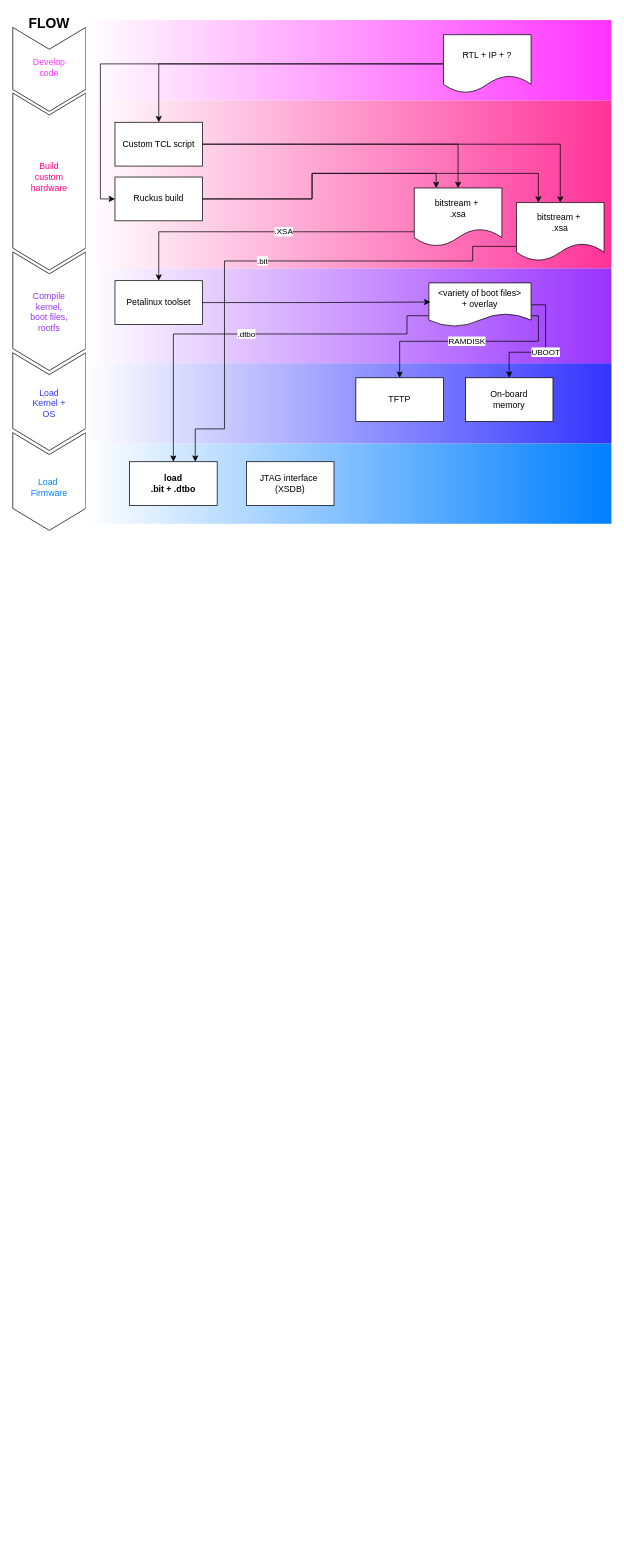
Earlier version of the draw.io diagram Kria_build_workflow.drawio (awhitbeck/drawio). Source tidied: cells renumbered, new cells numbered last; positions are measured from the earlier drawing's top-left corner, leaving out a move shared by most shapes. Both pictures are drawn from the tidied source at 73%, with x=0, y=0 at pixel (-39, 12). Pictures stored in the file or linked from it are replaced by grey dashed boxes.
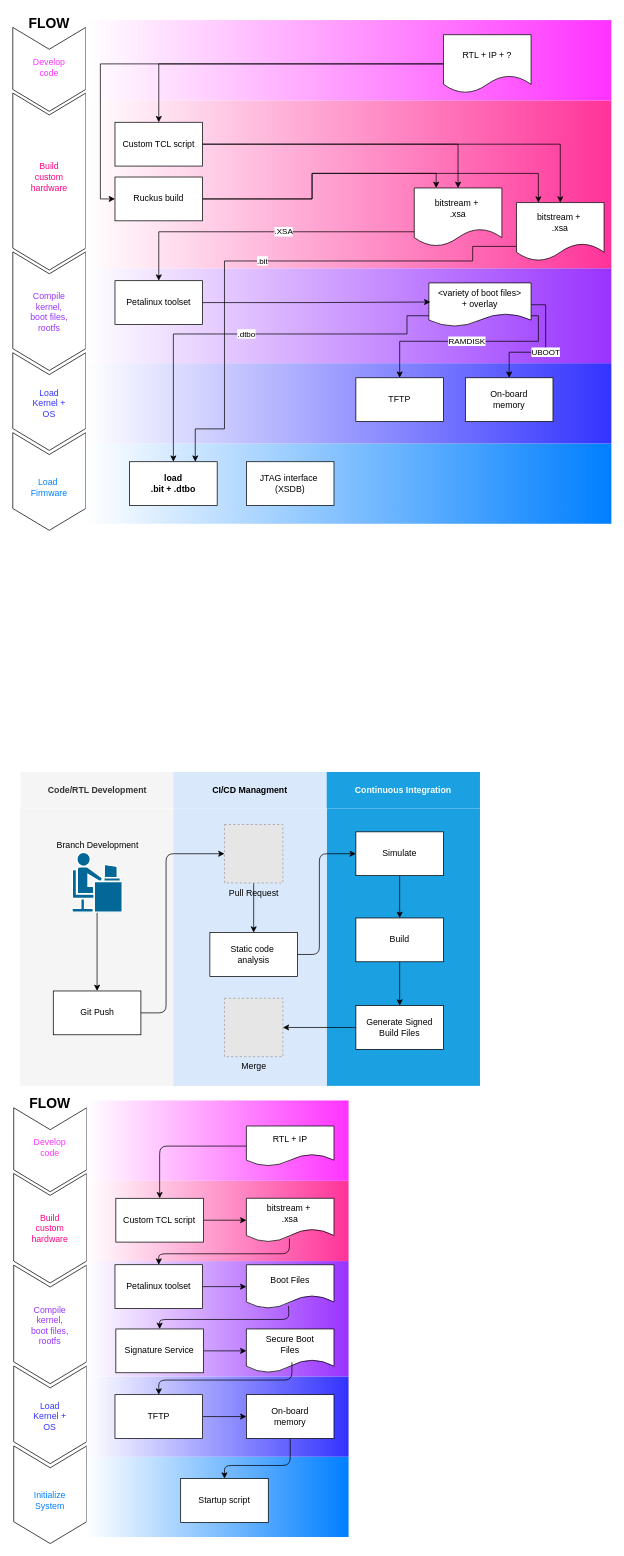
After the change.

The edit, as a diff of the source:
```diff
@@
+    <mxCell id="41" style="rounded=0;whiteSpace=wrap;html=1;fillColor=#1ba1e2;strokeColor=none;fontColor=#ffffff;" parent="1" vertex="1">
+      <mxGeometry x="501" y="1090" width="210" height="380" as="geometry" />
+    </mxCell>
+    <mxCell id="42" style="rounded=0;whiteSpace=wrap;html=1;fillColor=#f5f5f5;strokeColor=none;fontColor=#333333;" parent="1" vertex="1">
+      <mxGeometry x="81" y="1090" width="210" height="380" as="geometry" />
+    </mxCell>
+    <mxCell id="43" style="rounded=0;whiteSpace=wrap;html=1;fillColor=#dae8fc;strokeColor=none;labelBackgroundColor=none;" parent="1" vertex="1">
+      <mxGeometry x="291" y="1090" width="210" height="380" as="geometry" />
+    </mxCell>
@@
+    <mxCell id="44" style="edgeStyle=orthogonalEdgeStyle;rounded=0;jettySize=auto;html=1;exitX=0.5;exitY=1;exitDx=0;exitDy=0;exitPerimeter=0;" parent="1" edge="1" source="45" target="47">
+      <mxGeometry relative="1" as="geometry" />
+    </mxCell>
+    <mxCell id="45" value="Branch Development" style="shape=mxgraph.cisco.people.androgenous_person;html=1;dashed=0;fillColor=#036897;strokeColor=#ffffff;strokeWidth=2;verticalLabelPosition=top;verticalAlign=bottom;align=center;outlineConnect=0;labelPosition=center;" parent="1" vertex="1">
+      <mxGeometry x="152" y="1150" width="69" height="82" as="geometry" />
+    </mxCell>
+    <mxCell id="46" style="edgeStyle=orthogonalEdgeStyle;rounded=1;jettySize=auto;html=1;exitX=1;exitY=0.5;exitDx=0;exitDy=0;entryX=0;entryY=0.5;entryDx=0;entryDy=0;curved=0;" parent="1" edge="1" source="47" target="49">
+      <mxGeometry relative="1" as="geometry">
+        <Array as="points">
+          <mxPoint x="281" y="1370" />
+          <mxPoint x="281" y="1152" />
+        </Array>
+      </mxGeometry>
+    </mxCell>
+    <mxCell id="47" value="Git Push" style="rounded=0;whiteSpace=wrap;html=1;" parent="1" vertex="1">
+      <mxGeometry x="126.5" y="1340" width="120" height="60" as="geometry" />
+    </mxCell>
+    <mxCell id="48" style="edgeStyle=orthogonalEdgeStyle;rounded=0;jettySize=auto;html=1;exitX=0.5;exitY=1;exitDx=0;exitDy=0;entryX=0.5;entryY=0;entryDx=0;entryDy=0;" parent="1" edge="1" source="49" target="51">
+      <mxGeometry relative="1" as="geometry" />
+    </mxCell>
+    <mxCell id="49" value="Pull Request" style="fillColor=#E6E6E6;strokeColor=#999999;dashed=1;html=1;verticalAlign=top;verticalLabelPosition=bottom;labelBackgroundColor=none;" parent="1" vertex="1">
+      <mxGeometry x="361" y="1112" width="80" height="80" as="geometry" />
+    </mxCell>
+    <mxCell id="50" style="edgeStyle=orthogonalEdgeStyle;rounded=1;jettySize=auto;html=1;exitX=1;exitY=0.5;exitDx=0;exitDy=0;curved=0;entryX=0;entryY=0.5;entryDx=0;entryDy=0;" parent="1" edge="1" source="51" target="53">
+      <mxGeometry relative="1" as="geometry">
+        <Array as="points">
+          <mxPoint x="491" y="1290" />
+          <mxPoint x="491" y="1152" />
+        </Array>
+      </mxGeometry>
+    </mxCell>
+    <mxCell id="51" value="Static code&amp;nbsp;&lt;br&gt;analysis" style="rounded=0;whiteSpace=wrap;html=1;" parent="1" vertex="1">
+      <mxGeometry x="341" y="1260" width="120" height="60" as="geometry" />
+    </mxCell>
+    <mxCell id="52" style="edgeStyle=orthogonalEdgeStyle;rounded=0;jettySize=auto;html=1;exitX=0.5;exitY=1;exitDx=0;exitDy=0;entryX=0.5;entryY=0;entryDx=0;entryDy=0;" parent="1" edge="1" source="53" target="55">
+      <mxGeometry relative="1" as="geometry" />
+    </mxCell>
+    <mxCell id="53" value="Simulate" style="rounded=0;whiteSpace=wrap;html=1;" parent="1" vertex="1">
+      <mxGeometry x="541" y="1122" width="120" height="60" as="geometry" />
+    </mxCell>
+    <mxCell id="54" style="edgeStyle=orthogonalEdgeStyle;rounded=0;jettySize=auto;html=1;exitX=0.5;exitY=1;exitDx=0;exitDy=0;entryX=0.5;entryY=0;entryDx=0;entryDy=0;" parent="1" edge="1" source="55" target="57">
+      <mxGeometry relative="1" as="geometry" />
+    </mxCell>
+    <mxCell id="55" value="Build" style="rounded=0;whiteSpace=wrap;html=1;" parent="1" vertex="1">
+      <mxGeometry x="541" y="1240" width="120" height="60" as="geometry" />
+    </mxCell>
+    <mxCell id="56" style="edgeStyle=orthogonalEdgeStyle;rounded=0;jettySize=auto;html=1;exitX=0;exitY=0.5;exitDx=0;exitDy=0;" parent="1" edge="1" source="57" target="58">
+      <mxGeometry relative="1" as="geometry" />
+    </mxCell>
+    <mxCell id="57" value="Generate Signed&lt;br&gt;Build Files" style="rounded=0;whiteSpace=wrap;html=1;" parent="1" vertex="1">
+      <mxGeometry x="541" y="1360" width="120" height="60" as="geometry" />
+    </mxCell>
+    <mxCell id="58" value="Merge" style="fillColor=#E6E6E6;strokeColor=#999999;dashed=1;html=1;verticalAlign=top;verticalLabelPosition=bottom;labelBackgroundColor=none;" parent="1" vertex="1">
+      <mxGeometry x="361" y="1350" width="80" height="80" as="geometry" />
+    </mxCell>
+    <mxCell id="59" value="&lt;b&gt;Code/RTL Development&lt;/b&gt;" style="rounded=0;whiteSpace=wrap;html=1;fillColor=#f5f5f5;strokeColor=none;fontColor=#333333;" parent="1" vertex="1">
+      <mxGeometry x="81.5" y="1040" width="210" height="50" as="geometry" />
+    </mxCell>
+    <mxCell id="60" value="&lt;b&gt;CI/CD Managment&lt;/b&gt;" style="rounded=0;whiteSpace=wrap;html=1;fillColor=#dae8fc;strokeColor=none;" parent="1" vertex="1">
+      <mxGeometry x="291" y="1040" width="210" height="50" as="geometry" />
+    </mxCell>
+    <mxCell id="61" value="&lt;b&gt;Continuous Integration&lt;/b&gt;" style="rounded=0;whiteSpace=wrap;html=1;fillColor=#1ba1e2;strokeColor=none;fontColor=#ffffff;" parent="1" vertex="1">
+      <mxGeometry x="501" y="1040" width="210" height="50" as="geometry" />
+    </mxCell>
+    <mxCell id="62" style="html=1;shadow=0;dashed=0;align=center;verticalAlign=middle;shape=mxgraph.arrows2.arrow;dy=0;dx=30;notch=30;rotation=90;" parent="1" vertex="1">
+      <mxGeometry x="55.4" y="1980.1" width="133.8" height="100" as="geometry" />
+    </mxCell>
+    <mxCell id="63" style="html=1;shadow=0;dashed=0;align=center;verticalAlign=middle;shape=mxgraph.arrows2.arrow;dy=0;dx=30;notch=30;rotation=90;" parent="1" vertex="1">
+      <mxGeometry x="55.4" y="1870.6" width="133.8" height="100" as="geometry" />
+    </mxCell>
+    <mxCell id="64" style="html=1;shadow=0;dashed=0;align=center;verticalAlign=middle;shape=mxgraph.arrows2.arrow;dy=0;dx=30;notch=30;rotation=90;" parent="1" vertex="1">
+      <mxGeometry x="41" y="1746.8" width="162.5" height="100" as="geometry" />
+    </mxCell>
+    <mxCell id="65" style="html=1;shadow=0;dashed=0;align=center;verticalAlign=middle;shape=mxgraph.arrows2.arrow;dy=0;dx=30;notch=30;rotation=90;" parent="1" vertex="1">
+      <mxGeometry x="47.2" y="1615" width="150" height="100" as="geometry" />
+    </mxCell>
+    <mxCell id="66" style="html=1;shadow=0;dashed=0;align=center;verticalAlign=middle;shape=mxgraph.arrows2.arrow;dy=0;dx=30;notch=30;rotation=90;" parent="1" vertex="1">
+      <mxGeometry x="64.8" y="1507.5" width="115" height="100" as="geometry" />
+    </mxCell>
+    <mxCell id="67" style="rounded=0;whiteSpace=wrap;html=1;gradientColor=#007FFF;gradientDirection=east;fillColor=#FFFFFF;strokeColor=none;" parent="1" vertex="1">
+      <mxGeometry x="172.2" y="1978" width="358.8" height="110" as="geometry" />
+    </mxCell>
+    <mxCell id="68" style="rounded=0;whiteSpace=wrap;html=1;gradientColor=#3333FF;gradientDirection=east;fillColor=#FFFFFF;strokeColor=none;" parent="1" vertex="1">
+      <mxGeometry x="172.2" y="1868" width="358.8" height="110" as="geometry" />
+    </mxCell>
+    <mxCell id="69" style="rounded=0;whiteSpace=wrap;html=1;gradientColor=#9933FF;gradientDirection=east;fillColor=#FFFFFF;strokeColor=none;" parent="1" vertex="1">
+      <mxGeometry x="172.2" y="1710" width="358.8" height="158" as="geometry" />
+    </mxCell>
+    <mxCell id="70" style="rounded=0;whiteSpace=wrap;html=1;gradientColor=#FF3399;gradientDirection=east;fillColor=#FFFFFF;strokeColor=none;" parent="1" vertex="1">
+      <mxGeometry x="172.2" y="1600" width="358.8" height="110" as="geometry" />
+    </mxCell>
+    <mxCell id="71" style="rounded=0;whiteSpace=wrap;html=1;gradientColor=#FF33FF;gradientDirection=east;fillColor=#FFFFFF;strokeColor=none;" parent="1" vertex="1">
+      <mxGeometry x="172.2" y="1490" width="358.8" height="110" as="geometry" />
+    </mxCell>
+    <mxCell id="72" style="edgeStyle=orthogonalEdgeStyle;rounded=0;jettySize=auto;html=1;exitX=1;exitY=0.5;exitDx=0;exitDy=0;entryX=0;entryY=0.5;entryDx=0;entryDy=0;" parent="1" edge="1" source="73" target="90">
+      <mxGeometry relative="1" as="geometry" />
+    </mxCell>
+    <mxCell id="73" value="Custom TCL script" style="rounded=0;whiteSpace=wrap;html=1;" parent="1" vertex="1">
+      <mxGeometry x="212.2" y="1624" width="120" height="60" as="geometry" />
+    </mxCell>
+    <mxCell id="74" style="edgeStyle=orthogonalEdgeStyle;rounded=1;jettySize=auto;html=1;entryX=0.5;entryY=0;entryDx=0;entryDy=0;exitX=0.492;exitY=0.919;exitDx=0;exitDy=0;exitPerimeter=0;curved=0;" parent="1" edge="1" source="90" target="84">
+      <mxGeometry relative="1" as="geometry">
+        <Array as="points">
+          <mxPoint x="450" y="1700" />
+          <mxPoint x="271" y="1700" />
+        </Array>
+      </mxGeometry>
+    </mxCell>
+    <mxCell id="75" value="&lt;span style=&quot;font-weight: normal;&quot;&gt;Startup script&lt;/span&gt;" style="rounded=0;whiteSpace=wrap;html=1;fontStyle=1;" parent="1" vertex="1">
+      <mxGeometry x="301" y="2008" width="120" height="60" as="geometry" />
+    </mxCell>
+    <mxCell id="76" style="edgeStyle=orthogonalEdgeStyle;rounded=0;jettySize=auto;html=1;exitX=1;exitY=0.5;exitDx=0;exitDy=0;" parent="1" edge="1" source="77" target="79">
+      <mxGeometry relative="1" as="geometry" />
+    </mxCell>
+    <mxCell id="77" value="TFTP" style="rounded=0;whiteSpace=wrap;html=1;" parent="1" vertex="1">
+      <mxGeometry x="211" y="1893" width="120" height="60" as="geometry" />
+    </mxCell>
+    <mxCell id="78" style="edgeStyle=orthogonalEdgeStyle;rounded=1;jettySize=auto;html=1;exitX=0.5;exitY=1;exitDx=0;exitDy=0;curved=0;" parent="1" edge="1" source="79" target="75">
+      <mxGeometry relative="1" as="geometry">
+        <Array as="points">
+          <mxPoint x="451" y="1990" />
+          <mxPoint x="361" y="1990" />
+        </Array>
+      </mxGeometry>
+    </mxCell>
+    <mxCell id="79" value="On-board&lt;br&gt;memory" style="rounded=0;whiteSpace=wrap;html=1;" parent="1" vertex="1">
+      <mxGeometry x="391" y="1893" width="120" height="60" as="geometry" />
+    </mxCell>
+    <mxCell id="80" value="Build custom&lt;div&gt;hardware&lt;/div&gt;" style="text;html=1;align=center;verticalAlign=middle;whiteSpace=wrap;rounded=0;fontColor=#FF0080;" parent="1" vertex="1">
+      <mxGeometry x="92.3" y="1640" width="60" height="50" as="geometry" />
+    </mxCell>
+    <mxCell id="81" value="Load Kernel + OS" style="text;html=1;align=center;verticalAlign=middle;whiteSpace=wrap;rounded=0;fontColor=#3333FF;" parent="1" vertex="1">
+      <mxGeometry x="92.3" y="1898" width="60" height="50" as="geometry" />
+    </mxCell>
+    <mxCell id="82" value="Compile&lt;br&gt;kernel, boot files, rootfs" style="text;html=1;align=center;verticalAlign=middle;whiteSpace=wrap;rounded=0;fontColor=#9933FF;" parent="1" vertex="1">
+      <mxGeometry x="92.2" y="1768" width="60" height="60" as="geometry" />
+    </mxCell>
+    <mxCell id="83" value="Initialize&lt;br&gt;System" style="text;html=1;align=center;verticalAlign=middle;whiteSpace=wrap;rounded=0;fontColor=#007FFF;" parent="1" vertex="1">
+      <mxGeometry x="92.3" y="2013" width="60" height="50" as="geometry" />
+    </mxCell>
+    <mxCell id="84" value="Petalinux toolset" style="rounded=0;whiteSpace=wrap;html=1;" parent="1" vertex="1">
+      <mxGeometry x="211" y="1715" width="120" height="60" as="geometry" />
+    </mxCell>
+    <mxCell id="85" value="Boot Files" style="shape=document;whiteSpace=wrap;html=1;boundedLbl=1;" parent="1" vertex="1">
+      <mxGeometry x="391" y="1715" width="120" height="60" as="geometry" />
+    </mxCell>
+    <mxCell id="86" style="edgeStyle=orthogonalEdgeStyle;rounded=0;jettySize=auto;html=1;exitX=1;exitY=0.5;exitDx=0;exitDy=0;entryX=0;entryY=0.5;entryDx=0;entryDy=0;" parent="1" edge="1" source="84" target="85">
+      <mxGeometry relative="1" as="geometry" />
+    </mxCell>
+    <mxCell id="87" style="edgeStyle=orthogonalEdgeStyle;rounded=1;jettySize=auto;html=1;exitX=0;exitY=0.5;exitDx=0;exitDy=0;entryX=0.5;entryY=0;entryDx=0;entryDy=0;curved=0;" parent="1" edge="1" source="88" target="73">
+      <mxGeometry relative="1" as="geometry" />
+    </mxCell>
+    <mxCell id="88" value="RTL + IP" style="shape=document;whiteSpace=wrap;html=1;boundedLbl=1;" parent="1" vertex="1">
+      <mxGeometry x="391" y="1525" width="120" height="55" as="geometry" />
+    </mxCell>
+    <mxCell id="89" value="Develop code" style="text;html=1;align=center;verticalAlign=middle;whiteSpace=wrap;rounded=0;fontColor=#FF33FF;" parent="1" vertex="1">
+      <mxGeometry x="92.2" y="1540" width="60" height="30" as="geometry" />
+    </mxCell>
+    <mxCell id="90" value="bitstream +&amp;nbsp;&lt;br&gt;.xsa" style="shape=document;whiteSpace=wrap;html=1;boundedLbl=1;" parent="1" vertex="1">
+      <mxGeometry x="391" y="1624" width="120" height="60" as="geometry" />
+    </mxCell>
+    <mxCell id="91" value="&lt;b&gt;&lt;font style=&quot;font-size: 19px;&quot;&gt;FLOW&lt;/font&gt;&lt;/b&gt;" style="text;html=1;align=center;verticalAlign=middle;whiteSpace=wrap;rounded=0;" parent="1" vertex="1">
+      <mxGeometry x="92.3" y="1480" width="60" height="30" as="geometry" />
+    </mxCell>
+    <mxCell id="92" style="edgeStyle=orthogonalEdgeStyle;rounded=0;jettySize=auto;html=1;exitX=1;exitY=0.5;exitDx=0;exitDy=0;" parent="1" edge="1" source="93" target="95">
+      <mxGeometry relative="1" as="geometry" />
+    </mxCell>
+    <mxCell id="93" value="Signature Service" style="rounded=0;whiteSpace=wrap;html=1;" parent="1" vertex="1">
+      <mxGeometry x="212.2" y="1803" width="120" height="60" as="geometry" />
+    </mxCell>
+    <mxCell id="94" style="edgeStyle=orthogonalEdgeStyle;rounded=1;jettySize=auto;html=1;exitX=0.5;exitY=0;exitDx=0;exitDy=0;startArrow=classic;startFill=1;endArrow=none;endFill=0;entryX=0.48;entryY=0.942;entryDx=0;entryDy=0;entryPerimeter=0;curved=0;" parent="1" edge="1" source="93" target="85">
+      <mxGeometry relative="1" as="geometry">
+        <Array as="points">
+          <mxPoint x="272" y="1790" />
+          <mxPoint x="449" y="1790" />
+          <mxPoint x="449" y="1777" />
+        </Array>
+      </mxGeometry>
+    </mxCell>
+    <mxCell id="95" value="Secure Boot&lt;br&gt;Files" style="shape=document;whiteSpace=wrap;html=1;boundedLbl=1;" parent="1" vertex="1">
+      <mxGeometry x="391" y="1803" width="120" height="60" as="geometry" />
+    </mxCell>
+    <mxCell id="96" style="edgeStyle=orthogonalEdgeStyle;rounded=1;jettySize=auto;html=1;exitX=0.5;exitY=0;exitDx=0;exitDy=0;entryX=0.52;entryY=0.758;entryDx=0;entryDy=0;entryPerimeter=0;startArrow=classic;startFill=1;endArrow=none;endFill=0;curved=0;" parent="1" edge="1" source="77" target="95">
+      <mxGeometry relative="1" as="geometry">
+        <Array as="points">
+          <mxPoint x="271" y="1873" />
+          <mxPoint x="453" y="1873" />
+        </Array>
+      </mxGeometry>
+    </mxCell>
```
